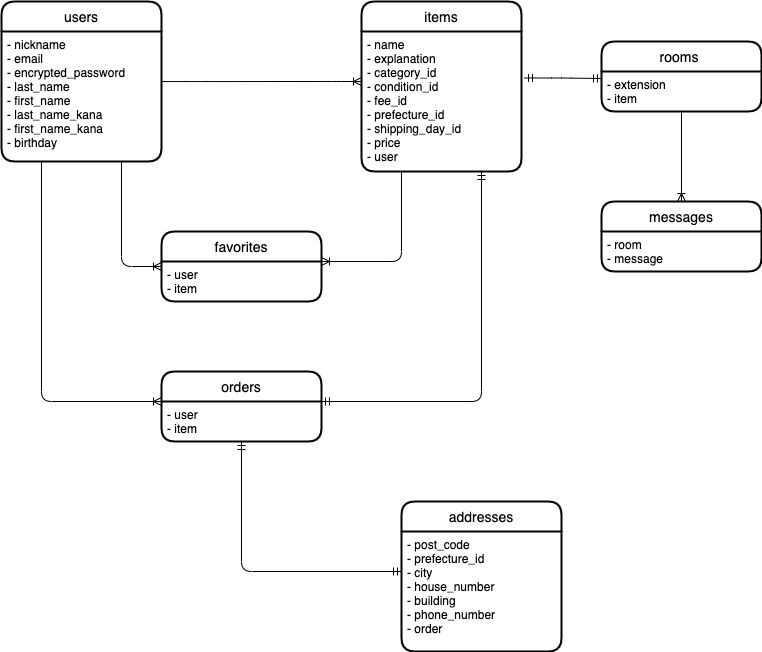
Earlier version of the draw.io export ERdiagram.drawio.png (orange-soba/furima-39531). Source tidied: cells renumbered, new cells last; positions are measured from the earlier drawing's top-left corner, leaving out a move shared by most shapes.
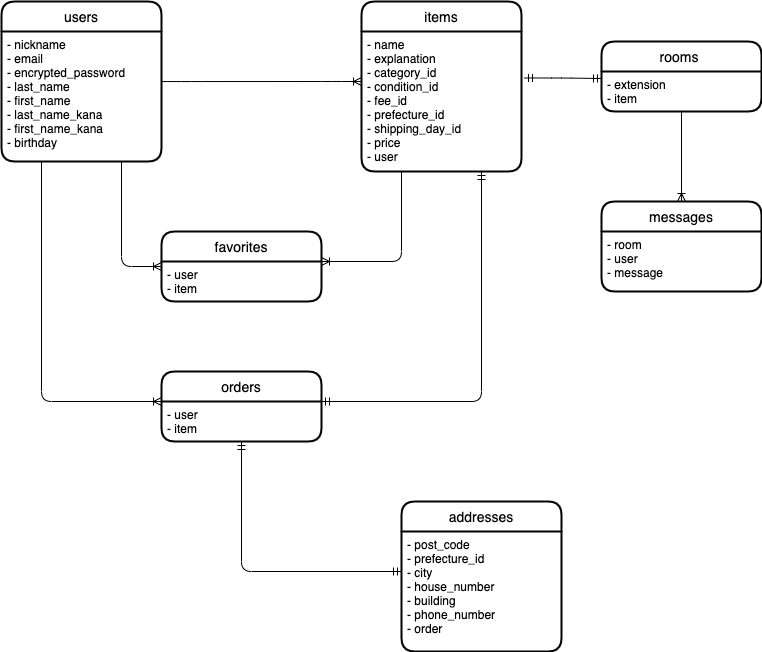
Above is the later version.

Commit message:
データベース設計の修正

The edit, as a diff of the source:
```diff
@@ -79,10 +79,10 @@
       <mxGeometry y="30" width="160" height="40" as="geometry" />
     </mxCell>
     <mxCell id="20" value="messages" style="swimlane;horizontal=1;startSize=30;rounded=1;fontSize=14;fontStyle=0;strokeWidth=2;shadow=0;dashed=0;align=center;" parent="1" vertex="1">
-      <mxGeometry x="600" y="200" width="160" height="70" as="geometry" />
+      <mxGeometry x="600" y="200" width="160" height="90" as="geometry" />
     </mxCell>
-    <mxCell id="21" value="- room&#10;- message" style="align=left;strokeColor=none;fillColor=none;spacingLeft=4;fontSize=12;verticalAlign=top;" parent="20" vertex="1">
-      <mxGeometry y="30" width="160" height="40" as="geometry" />
+    <mxCell id="21" value="- room&#10;- user&#10;- message" style="align=left;strokeColor=none;fillColor=none;spacingLeft=4;fontSize=12;verticalAlign=top;" parent="20" vertex="1">
+      <mxGeometry y="30" width="160" height="60" as="geometry" />
     </mxCell>
     <mxCell id="22" style="edgeStyle=orthogonalEdgeStyle;fontSize=12;html=1;endArrow=ERmandOne;startArrow=ERmandOne;exitX=1.019;exitY=0.332;exitDx=0;exitDy=0;exitPerimeter=0;" parent="1" edge="1" source="5">
       <mxGeometry relative="1" as="geometry">
```
